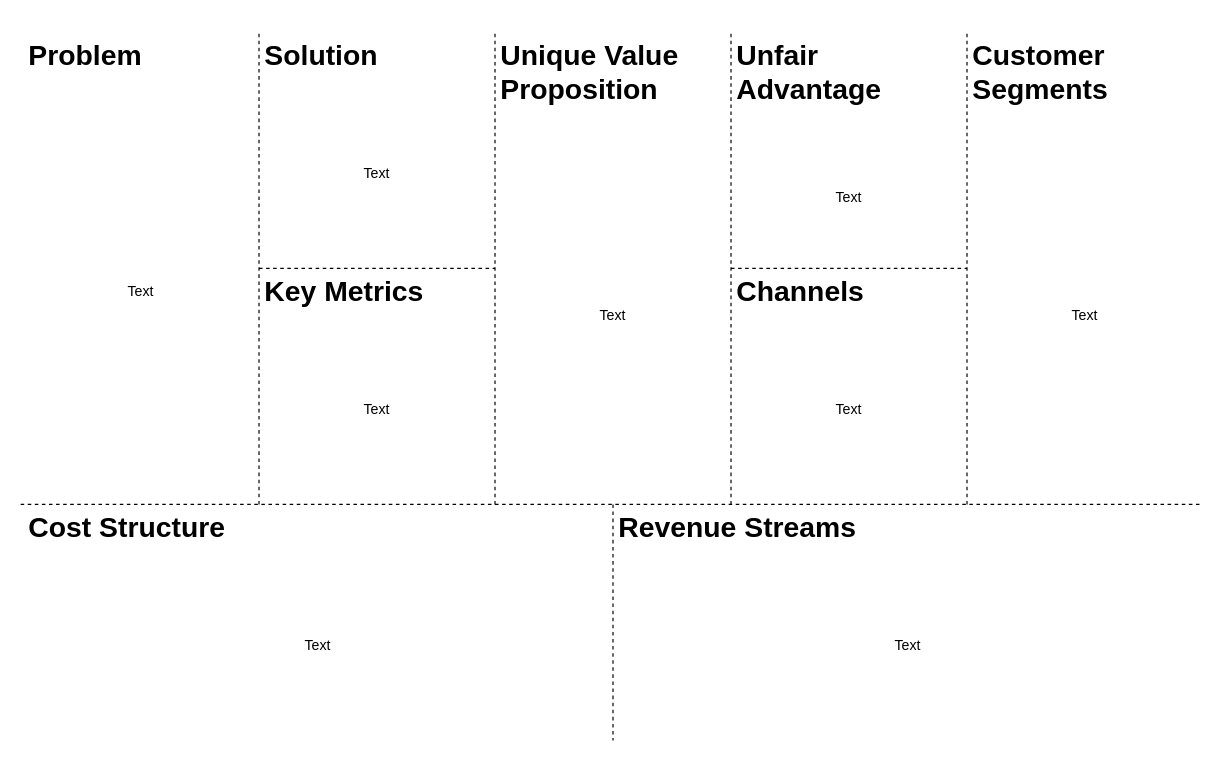
Earlier version of the draw.io diagram lean-canvas.drawio (miki-hmt/drawio-templates-2). Source tidied: cells renumbered, new cells numbered last; positions are measured from the earlier drawing's top-left corner, leaving out a move shared by most shapes. Both pictures are drawn from the tidied source at 118%, with x=0, y=0 at pixel (20, 32).
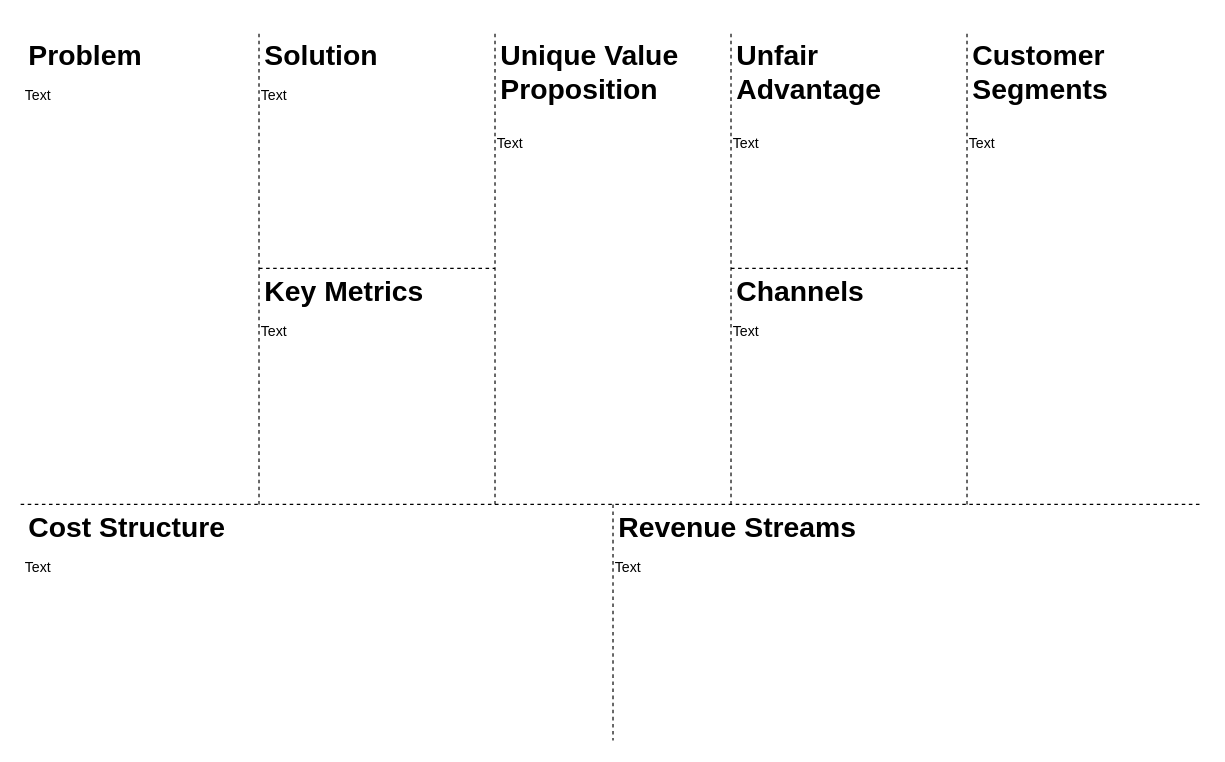
The same page after the edit.

Diff of the diagram source:
```diff
@@
-    <mxCell id="19" value="Text" style="text;html=1;strokeColor=none;fillColor=none;align=center;verticalAlign=middle;whiteSpace=wrap;rounded=0;" parent="1" vertex="1">
+    <mxCell id="19" value="&lt;div&gt;Text&lt;/div&gt;" style="text;html=1;strokeColor=none;fillColor=none;align=left;verticalAlign=top;whiteSpace=wrap;rounded=0;labelPosition=center;verticalLabelPosition=middle;" parent="1" vertex="1">
       <mxGeometry x="2" y="40" width="200" height="360" as="geometry" />
     </mxCell>
-    <mxCell id="20" value="Text" style="text;html=1;strokeColor=none;fillColor=none;align=center;verticalAlign=middle;whiteSpace=wrap;rounded=0;" parent="1" vertex="1">
+    <mxCell id="20" value="Text" style="text;html=1;strokeColor=none;fillColor=none;align=left;verticalAlign=top;whiteSpace=wrap;rounded=0;labelPosition=center;verticalLabelPosition=middle;" parent="1" vertex="1">
       <mxGeometry x="802" y="80" width="200" height="320" as="geometry" />
     </mxCell>
-    <mxCell id="21" value="Text" style="text;html=1;strokeColor=none;fillColor=none;align=center;verticalAlign=middle;whiteSpace=wrap;rounded=0;" parent="1" vertex="1">
+    <mxCell id="21" value="Text" style="text;html=1;strokeColor=none;fillColor=none;align=left;verticalAlign=top;whiteSpace=wrap;rounded=0;labelPosition=center;verticalLabelPosition=middle;" parent="1" vertex="1">
       <mxGeometry x="402" y="80" width="200" height="320" as="geometry" />
     </mxCell>
-    <mxCell id="22" value="Text" style="text;html=1;strokeColor=none;fillColor=none;align=center;verticalAlign=middle;whiteSpace=wrap;rounded=0;" parent="1" vertex="1">
+    <mxCell id="22" value="Text" style="text;html=1;strokeColor=none;fillColor=none;align=left;verticalAlign=top;whiteSpace=wrap;rounded=0;labelPosition=center;verticalLabelPosition=middle;" parent="1" vertex="1">
       <mxGeometry x="202" y="240" width="200" height="160" as="geometry" />
     </mxCell>
-    <mxCell id="23" value="Text" style="text;html=1;strokeColor=none;fillColor=none;align=center;verticalAlign=middle;whiteSpace=wrap;rounded=0;" parent="1" vertex="1">
+    <mxCell id="23" value="Text" style="text;html=1;strokeColor=none;fillColor=none;align=left;verticalAlign=top;whiteSpace=wrap;rounded=0;labelPosition=center;verticalLabelPosition=middle;" parent="1" vertex="1">
       <mxGeometry x="202" y="40" width="200" height="160" as="geometry" />
     </mxCell>
-    <mxCell id="24" value="Text" style="text;html=1;strokeColor=none;fillColor=none;align=center;verticalAlign=middle;whiteSpace=wrap;rounded=0;" parent="1" vertex="1">
+    <mxCell id="24" value="Text" style="text;html=1;strokeColor=none;fillColor=none;align=left;verticalAlign=top;whiteSpace=wrap;rounded=0;labelPosition=center;verticalLabelPosition=middle;" parent="1" vertex="1">
       <mxGeometry x="602" y="240" width="200" height="160" as="geometry" />
     </mxCell>
-    <mxCell id="25" value="Text" style="text;html=1;strokeColor=none;fillColor=none;align=center;verticalAlign=middle;whiteSpace=wrap;rounded=0;" parent="1" vertex="1">
+    <mxCell id="25" value="Text" style="text;html=1;strokeColor=none;fillColor=none;align=left;verticalAlign=top;whiteSpace=wrap;rounded=0;labelPosition=center;verticalLabelPosition=middle;" parent="1" vertex="1">
       <mxGeometry x="602" y="80" width="200" height="120" as="geometry" />
     </mxCell>
-    <mxCell id="26" value="Text" style="text;html=1;strokeColor=none;fillColor=none;align=center;verticalAlign=middle;whiteSpace=wrap;rounded=0;" parent="1" vertex="1">
+    <mxCell id="26" value="Text" style="text;html=1;strokeColor=none;fillColor=none;align=left;verticalAlign=top;whiteSpace=wrap;rounded=0;labelPosition=center;verticalLabelPosition=middle;" parent="1" vertex="1">
       <mxGeometry x="2" y="440" width="500" height="160" as="geometry" />
     </mxCell>
-    <mxCell id="27" value="Text" style="text;html=1;strokeColor=none;fillColor=none;align=center;verticalAlign=middle;whiteSpace=wrap;rounded=0;" parent="1" vertex="1">
+    <mxCell id="27" value="Text" style="text;html=1;strokeColor=none;fillColor=none;align=left;verticalAlign=top;whiteSpace=wrap;rounded=0;labelPosition=center;verticalLabelPosition=middle;" parent="1" vertex="1">
       <mxGeometry x="502" y="440" width="500" height="160" as="geometry" />
     </mxCell>
```
